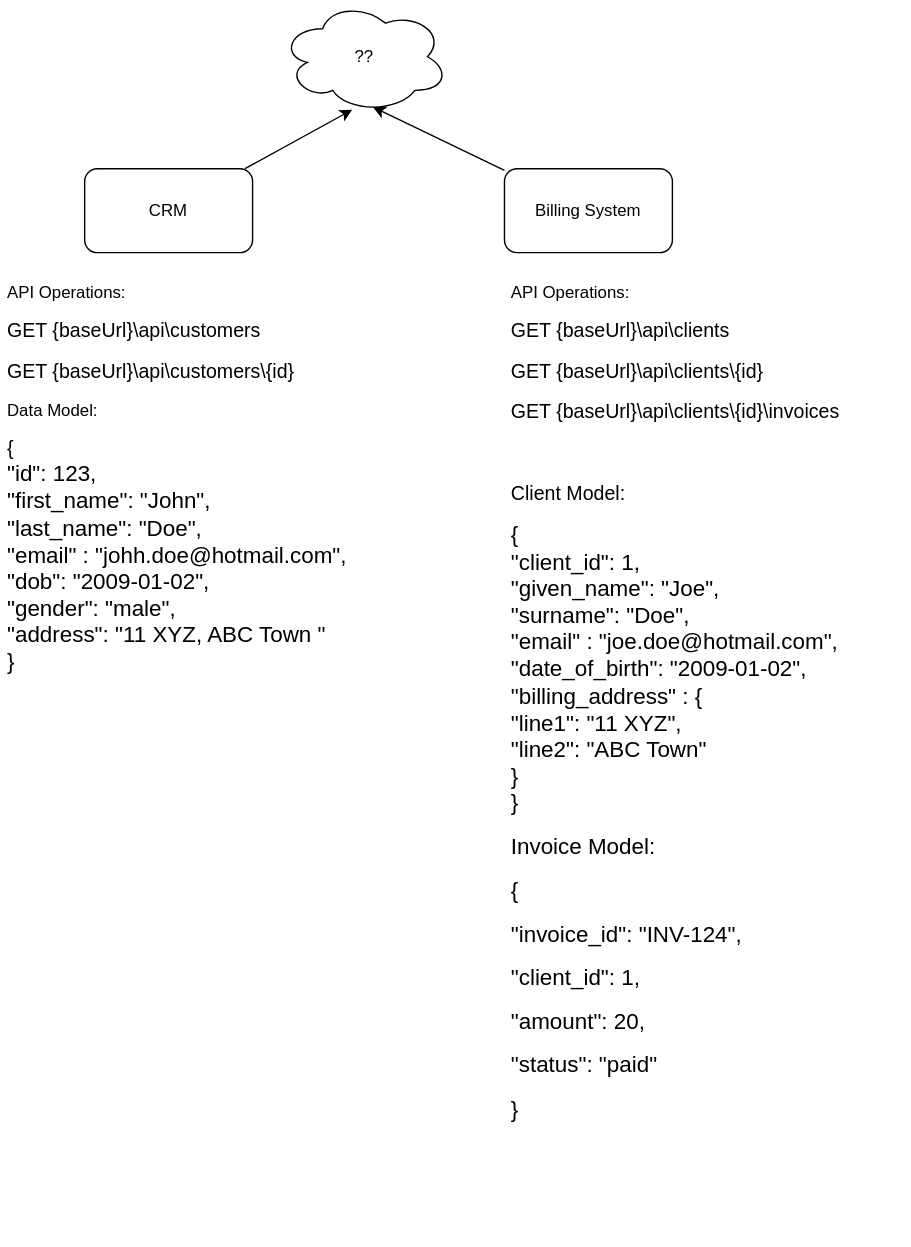
This is _drafts/unified-api.drawio.svg from charleshancoder/charleshancoder.github.io, a draw.io export, as it was before one commit. Source tidied: cells renumbered, new cells last; positions are measured from the earlier drawing's top-left corner, leaving out a move shared by most shapes. Source of this version:
```xml
<mxGraphModel>
  <root>
    <mxCell id="0" />
    <mxCell id="1" parent="0" />
    <mxCell id="2" style="edgeStyle=none;html=1;entryX=0.55;entryY=0.95;entryDx=0;entryDy=0;entryPerimeter=0;" parent="1" edge="1" source="3" target="6">
      <mxGeometry relative="1" as="geometry" />
    </mxCell>
    <mxCell id="3" value="Billing System" style="rounded=1;whiteSpace=wrap;html=1;" parent="1" vertex="1">
      <mxGeometry x="360" y="120" width="120" height="60" as="geometry" />
    </mxCell>
    <mxCell id="4" style="edgeStyle=none;html=1;entryX=0.427;entryY=0.973;entryDx=0;entryDy=0;entryPerimeter=0;" parent="1" edge="1" source="5" target="6">
      <mxGeometry relative="1" as="geometry" />
    </mxCell>
    <mxCell id="5" value="CRM" style="rounded=1;whiteSpace=wrap;html=1;" parent="1" vertex="1">
      <mxGeometry x="60" y="120" width="120" height="60" as="geometry" />
    </mxCell>
    <mxCell id="6" value="??" style="ellipse;shape=cloud;whiteSpace=wrap;html=1;" parent="1" vertex="1">
      <mxGeometry x="200" width="120" height="80" as="geometry" />
    </mxCell>
    <mxCell id="7" value="&lt;p&gt;API Operations:&lt;/p&gt;&lt;p&gt;&lt;font style=&quot;font-size: 14px;&quot;&gt;GET {baseUrl}\api\customers&lt;/font&gt;&lt;/p&gt;&lt;p&gt;&lt;font style=&quot;font-size: 14px;&quot;&gt;GET {baseUrl}\api\customers\{id}&lt;/font&gt;&lt;/p&gt;&lt;p&gt;Data Model:&lt;/p&gt;&lt;div&gt;&lt;font style=&quot;font-size: 14px;&quot;&gt;{&lt;/font&gt;&lt;/div&gt;&lt;div&gt;&lt;font size=&quot;3&quot;&gt;&amp;nbsp; &amp;nbsp;&quot;id&quot;: 123,&lt;/font&gt;&lt;/div&gt;&lt;div&gt;&lt;font size=&quot;3&quot;&gt;&amp;nbsp; &amp;nbsp;&quot;first_name&quot;: &quot;John&quot;,&lt;/font&gt;&lt;/div&gt;&lt;div&gt;&lt;font size=&quot;3&quot;&gt;&amp;nbsp; &amp;nbsp;&quot;last_name&quot;: &quot;Doe&quot;,&lt;/font&gt;&lt;/div&gt;&lt;div&gt;&lt;font size=&quot;3&quot;&gt;&amp;nbsp; &amp;nbsp;&quot;email&quot; : &quot;johh.doe@hotmail.com&quot;,&lt;/font&gt;&lt;/div&gt;&lt;div&gt;&lt;font size=&quot;3&quot;&gt;&amp;nbsp; &amp;nbsp;&quot;dob&quot;: &quot;2009-01-02&quot;,&lt;/font&gt;&lt;/div&gt;&lt;div&gt;&lt;font size=&quot;3&quot;&gt;&amp;nbsp; &amp;nbsp;&quot;gender&quot;: &quot;male&quot;,&lt;/font&gt;&lt;/div&gt;&lt;div&gt;&lt;font size=&quot;3&quot;&gt;&amp;nbsp; &amp;nbsp;&quot;address&quot;: &quot;11 XYZ, ABC Town &quot;&lt;/font&gt;&lt;/div&gt;&lt;div&gt;&lt;font size=&quot;3&quot;&gt;}&lt;/font&gt;&lt;/div&gt;&lt;p&gt;&lt;br&gt;&lt;/p&gt;" style="text;html=1;strokeColor=none;fillColor=none;spacing=5;spacingTop=-20;whiteSpace=wrap;overflow=hidden;rounded=0;" parent="1" vertex="1">
      <mxGeometry y="200" width="270" height="300" as="geometry" />
    </mxCell>
    <mxCell id="8" value="&lt;p&gt;API Operations:&lt;/p&gt;&lt;p&gt;&lt;font style=&quot;font-size: 14px;&quot;&gt;GET {baseUrl}\api\clients&lt;/font&gt;&lt;/p&gt;&lt;p&gt;&lt;font style=&quot;font-size: 14px;&quot;&gt;GET {baseUrl}\api\clients\{id}&lt;/font&gt;&lt;/p&gt;&lt;p&gt;&lt;font style=&quot;font-size: 14px;&quot;&gt;GET {baseUrl}\api\clients\{id}\invoices&lt;/font&gt;&lt;/p&gt;&lt;p&gt;&lt;font style=&quot;font-size: 14px;&quot;&gt;&lt;br&gt;&lt;/font&gt;&lt;/p&gt;&lt;p&gt;&lt;font style=&quot;font-size: 14px;&quot;&gt;Client Model:&lt;/font&gt;&lt;/p&gt;&lt;p&gt;&lt;font size=&quot;3&quot;&gt;{&lt;/font&gt;&lt;br&gt;&lt;font size=&quot;3&quot;&gt;&amp;nbsp; &amp;nbsp;&quot;client_id&quot;: 1,&lt;/font&gt;&lt;br&gt;&lt;font size=&quot;3&quot;&gt;&amp;nbsp; &amp;nbsp;&quot;given_name&quot;: &quot;Joe&quot;,&lt;/font&gt;&lt;br&gt;&lt;font size=&quot;3&quot;&gt;&amp;nbsp; &amp;nbsp;&quot;surname&quot;: &quot;Doe&quot;,&lt;/font&gt;&lt;br&gt;&lt;font size=&quot;3&quot;&gt;&amp;nbsp; &amp;nbsp;&quot;email&quot; : &quot;joe.doe@hotmail.com&quot;,&lt;/font&gt;&lt;br&gt;&lt;font size=&quot;3&quot;&gt;&amp;nbsp; &amp;nbsp;&quot;date_of_birth&quot;: &quot;2009-01-02&quot;,&lt;/font&gt;&lt;br&gt;&lt;font size=&quot;3&quot;&gt;&amp;nbsp; &amp;nbsp;&quot;billing_address&quot; : {&lt;/font&gt;&lt;br&gt;&lt;font size=&quot;3&quot;&gt;&amp;nbsp; &amp;nbsp; &amp;nbsp; &amp;nbsp; &quot;line1&quot;: &quot;11 XYZ&quot;,&lt;/font&gt;&lt;br&gt;&lt;font size=&quot;3&quot;&gt;&amp;nbsp; &amp;nbsp; &amp;nbsp; &amp;nbsp; &quot;line2&quot;: &quot;ABC Town&quot;&lt;/font&gt;&lt;br&gt;&lt;font size=&quot;3&quot;&gt;&amp;nbsp; &amp;nbsp; }&lt;/font&gt;&lt;br&gt;&lt;font size=&quot;3&quot;&gt;}&lt;/font&gt;&lt;/p&gt;&lt;p&gt;&lt;font size=&quot;3&quot;&gt;Invoice Model:&lt;/font&gt;&lt;/p&gt;&lt;p&gt;&lt;font size=&quot;3&quot;&gt;{&lt;/font&gt;&lt;/p&gt;&lt;p&gt;&lt;font size=&quot;3&quot;&gt;&amp;nbsp; &quot;invoice_id&quot;: &quot;INV-124&quot;,&lt;/font&gt;&lt;/p&gt;&lt;p&gt;&lt;font size=&quot;3&quot;&gt;&amp;nbsp; &quot;client_id&quot;: 1,&lt;/font&gt;&lt;/p&gt;&lt;p&gt;&lt;font size=&quot;3&quot;&gt;&amp;nbsp; &quot;amount&quot;: 20,&lt;/font&gt;&lt;/p&gt;&lt;p&gt;&lt;font size=&quot;3&quot;&gt;&amp;nbsp; &quot;status&quot;: &quot;paid&quot;&lt;/font&gt;&lt;/p&gt;&lt;p&gt;&lt;font size=&quot;3&quot;&gt;}&lt;/font&gt;&lt;font size=&quot;3&quot;&gt;&lt;br&gt;&lt;/font&gt;&lt;/p&gt;" style="text;html=1;strokeColor=none;fillColor=none;spacing=5;spacingTop=-20;whiteSpace=wrap;overflow=hidden;rounded=0;" parent="1" vertex="1">
      <mxGeometry x="360" y="200" width="290" height="690" as="geometry" />
    </mxCell>
  </root>
</mxGraphModel>
```
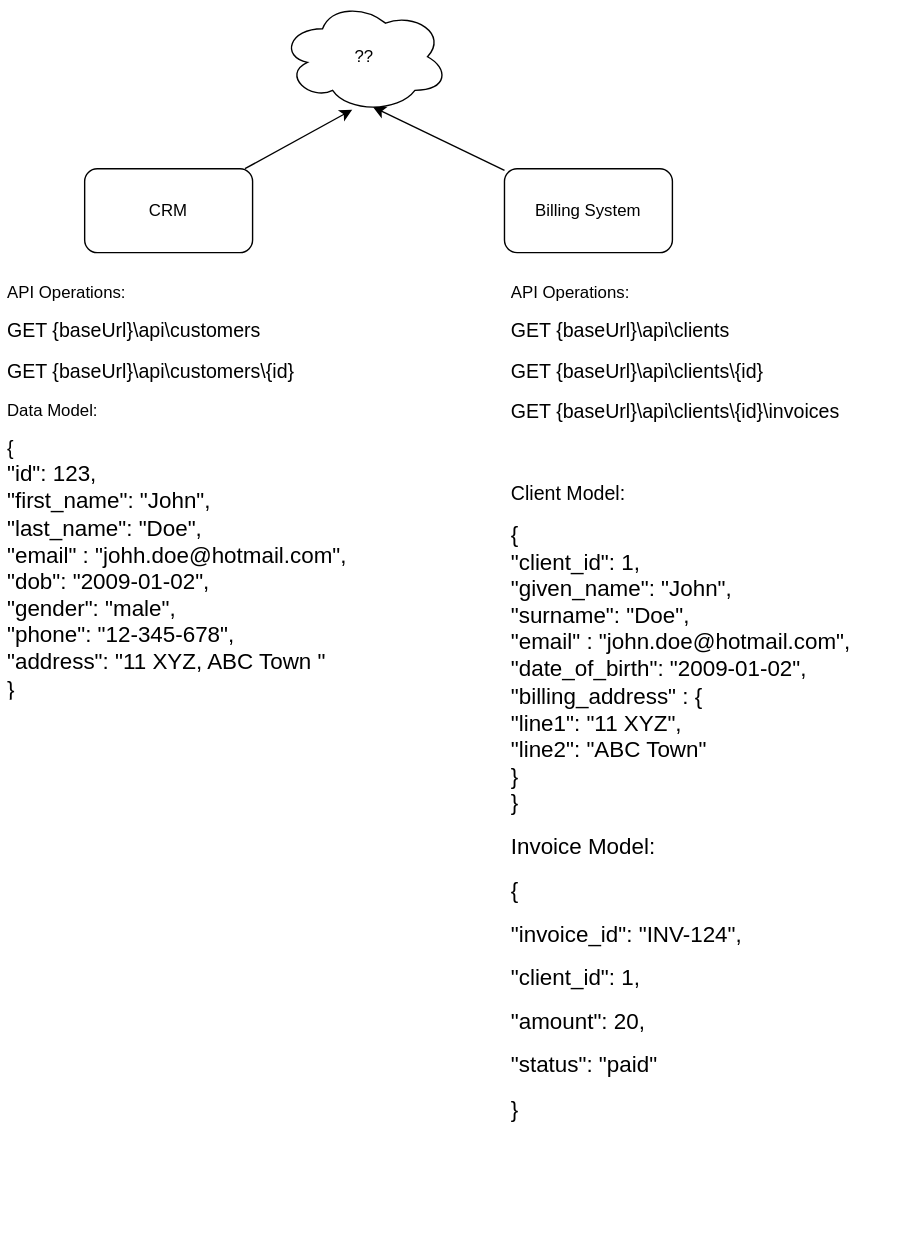
The same file after the commit.

Commit message:
Update unified API diagram and modify sample data for consistency

What changed in the source:
```diff
@@ -17,10 +17,10 @@
     <mxCell id="6" value="??" style="ellipse;shape=cloud;whiteSpace=wrap;html=1;" parent="1" vertex="1">
       <mxGeometry x="200" width="120" height="80" as="geometry" />
     </mxCell>
-    <mxCell id="7" value="&lt;p&gt;API Operations:&lt;/p&gt;&lt;p&gt;&lt;font style=&quot;font-size: 14px;&quot;&gt;GET {baseUrl}\api\customers&lt;/font&gt;&lt;/p&gt;&lt;p&gt;&lt;font style=&quot;font-size: 14px;&quot;&gt;GET {baseUrl}\api\customers\{id}&lt;/font&gt;&lt;/p&gt;&lt;p&gt;Data Model:&lt;/p&gt;&lt;div&gt;&lt;font style=&quot;font-size: 14px;&quot;&gt;{&lt;/font&gt;&lt;/div&gt;&lt;div&gt;&lt;font size=&quot;3&quot;&gt;&amp;nbsp; &amp;nbsp;&quot;id&quot;: 123,&lt;/font&gt;&lt;/div&gt;&lt;div&gt;&lt;font size=&quot;3&quot;&gt;&amp;nbsp; &amp;nbsp;&quot;first_name&quot;: &quot;John&quot;,&lt;/font&gt;&lt;/div&gt;&lt;div&gt;&lt;font size=&quot;3&quot;&gt;&amp;nbsp; &amp;nbsp;&quot;last_name&quot;: &quot;Doe&quot;,&lt;/font&gt;&lt;/div&gt;&lt;div&gt;&lt;font size=&quot;3&quot;&gt;&amp;nbsp; &amp;nbsp;&quot;email&quot; : &quot;johh.doe@hotmail.com&quot;,&lt;/font&gt;&lt;/div&gt;&lt;div&gt;&lt;font size=&quot;3&quot;&gt;&amp;nbsp; &amp;nbsp;&quot;dob&quot;: &quot;2009-01-02&quot;,&lt;/font&gt;&lt;/div&gt;&lt;div&gt;&lt;font size=&quot;3&quot;&gt;&amp;nbsp; &amp;nbsp;&quot;gender&quot;: &quot;male&quot;,&lt;/font&gt;&lt;/div&gt;&lt;div&gt;&lt;font size=&quot;3&quot;&gt;&amp;nbsp; &amp;nbsp;&quot;address&quot;: &quot;11 XYZ, ABC Town &quot;&lt;/font&gt;&lt;/div&gt;&lt;div&gt;&lt;font size=&quot;3&quot;&gt;}&lt;/font&gt;&lt;/div&gt;&lt;p&gt;&lt;br&gt;&lt;/p&gt;" style="text;html=1;strokeColor=none;fillColor=none;spacing=5;spacingTop=-20;whiteSpace=wrap;overflow=hidden;rounded=0;" parent="1" vertex="1">
+    <mxCell id="7" value="&lt;p&gt;API Operations:&lt;/p&gt;&lt;p&gt;&lt;font style=&quot;font-size: 14px;&quot;&gt;GET {baseUrl}\api\customers&lt;/font&gt;&lt;/p&gt;&lt;p&gt;&lt;font style=&quot;font-size: 14px;&quot;&gt;GET {baseUrl}\api\customers\{id}&lt;/font&gt;&lt;/p&gt;&lt;p&gt;Data Model:&lt;/p&gt;&lt;div&gt;&lt;font style=&quot;font-size: 14px;&quot;&gt;{&lt;/font&gt;&lt;/div&gt;&lt;div&gt;&lt;font size=&quot;3&quot;&gt;&amp;nbsp; &amp;nbsp;&quot;id&quot;: 123,&lt;/font&gt;&lt;/div&gt;&lt;div&gt;&lt;font size=&quot;3&quot;&gt;&amp;nbsp; &amp;nbsp;&quot;first_name&quot;: &quot;John&quot;,&lt;/font&gt;&lt;/div&gt;&lt;div&gt;&lt;font size=&quot;3&quot;&gt;&amp;nbsp; &amp;nbsp;&quot;last_name&quot;: &quot;Doe&quot;,&lt;/font&gt;&lt;/div&gt;&lt;div&gt;&lt;font size=&quot;3&quot;&gt;&amp;nbsp; &amp;nbsp;&quot;email&quot; : &quot;johh.doe@hotmail.com&quot;,&lt;/font&gt;&lt;/div&gt;&lt;div&gt;&lt;font size=&quot;3&quot;&gt;&amp;nbsp; &amp;nbsp;&quot;dob&quot;: &quot;2009-01-02&quot;,&lt;/font&gt;&lt;/div&gt;&lt;div&gt;&lt;font size=&quot;3&quot;&gt;&amp;nbsp; &amp;nbsp;&quot;gender&quot;: &quot;male&quot;,&lt;/font&gt;&lt;/div&gt;&lt;div&gt;&lt;font size=&quot;3&quot;&gt;&amp;nbsp; &amp;nbsp;&quot;phone&quot;: &quot;12-345-678&quot;,&lt;/font&gt;&lt;/div&gt;&lt;div&gt;&lt;font size=&quot;3&quot;&gt;&amp;nbsp; &amp;nbsp;&quot;address&quot;: &quot;11 XYZ, ABC Town &quot;&lt;/font&gt;&lt;/div&gt;&lt;div&gt;&lt;font size=&quot;3&quot;&gt;}&lt;/font&gt;&lt;/div&gt;&lt;p&gt;&lt;br&gt;&lt;/p&gt;" style="text;html=1;strokeColor=none;fillColor=none;spacing=5;spacingTop=-20;whiteSpace=wrap;overflow=hidden;rounded=0;" parent="1" vertex="1">
       <mxGeometry y="200" width="270" height="300" as="geometry" />
     </mxCell>
-    <mxCell id="8" value="&lt;p&gt;API Operations:&lt;/p&gt;&lt;p&gt;&lt;font style=&quot;font-size: 14px;&quot;&gt;GET {baseUrl}\api\clients&lt;/font&gt;&lt;/p&gt;&lt;p&gt;&lt;font style=&quot;font-size: 14px;&quot;&gt;GET {baseUrl}\api\clients\{id}&lt;/font&gt;&lt;/p&gt;&lt;p&gt;&lt;font style=&quot;font-size: 14px;&quot;&gt;GET {baseUrl}\api\clients\{id}\invoices&lt;/font&gt;&lt;/p&gt;&lt;p&gt;&lt;font style=&quot;font-size: 14px;&quot;&gt;&lt;br&gt;&lt;/font&gt;&lt;/p&gt;&lt;p&gt;&lt;font style=&quot;font-size: 14px;&quot;&gt;Client Model:&lt;/font&gt;&lt;/p&gt;&lt;p&gt;&lt;font size=&quot;3&quot;&gt;{&lt;/font&gt;&lt;br&gt;&lt;font size=&quot;3&quot;&gt;&amp;nbsp; &amp;nbsp;&quot;client_id&quot;: 1,&lt;/font&gt;&lt;br&gt;&lt;font size=&quot;3&quot;&gt;&amp;nbsp; &amp;nbsp;&quot;given_name&quot;: &quot;Joe&quot;,&lt;/font&gt;&lt;br&gt;&lt;font size=&quot;3&quot;&gt;&amp;nbsp; &amp;nbsp;&quot;surname&quot;: &quot;Doe&quot;,&lt;/font&gt;&lt;br&gt;&lt;font size=&quot;3&quot;&gt;&amp;nbsp; &amp;nbsp;&quot;email&quot; : &quot;joe.doe@hotmail.com&quot;,&lt;/font&gt;&lt;br&gt;&lt;font size=&quot;3&quot;&gt;&amp;nbsp; &amp;nbsp;&quot;date_of_birth&quot;: &quot;2009-01-02&quot;,&lt;/font&gt;&lt;br&gt;&lt;font size=&quot;3&quot;&gt;&amp;nbsp; &amp;nbsp;&quot;billing_address&quot; : {&lt;/font&gt;&lt;br&gt;&lt;font size=&quot;3&quot;&gt;&amp;nbsp; &amp;nbsp; &amp;nbsp; &amp;nbsp; &quot;line1&quot;: &quot;11 XYZ&quot;,&lt;/font&gt;&lt;br&gt;&lt;font size=&quot;3&quot;&gt;&amp;nbsp; &amp;nbsp; &amp;nbsp; &amp;nbsp; &quot;line2&quot;: &quot;ABC Town&quot;&lt;/font&gt;&lt;br&gt;&lt;font size=&quot;3&quot;&gt;&amp;nbsp; &amp;nbsp; }&lt;/font&gt;&lt;br&gt;&lt;font size=&quot;3&quot;&gt;}&lt;/font&gt;&lt;/p&gt;&lt;p&gt;&lt;font size=&quot;3&quot;&gt;Invoice Model:&lt;/font&gt;&lt;/p&gt;&lt;p&gt;&lt;font size=&quot;3&quot;&gt;{&lt;/font&gt;&lt;/p&gt;&lt;p&gt;&lt;font size=&quot;3&quot;&gt;&amp;nbsp; &quot;invoice_id&quot;: &quot;INV-124&quot;,&lt;/font&gt;&lt;/p&gt;&lt;p&gt;&lt;font size=&quot;3&quot;&gt;&amp;nbsp; &quot;client_id&quot;: 1,&lt;/font&gt;&lt;/p&gt;&lt;p&gt;&lt;font size=&quot;3&quot;&gt;&amp;nbsp; &quot;amount&quot;: 20,&lt;/font&gt;&lt;/p&gt;&lt;p&gt;&lt;font size=&quot;3&quot;&gt;&amp;nbsp; &quot;status&quot;: &quot;paid&quot;&lt;/font&gt;&lt;/p&gt;&lt;p&gt;&lt;font size=&quot;3&quot;&gt;}&lt;/font&gt;&lt;font size=&quot;3&quot;&gt;&lt;br&gt;&lt;/font&gt;&lt;/p&gt;" style="text;html=1;strokeColor=none;fillColor=none;spacing=5;spacingTop=-20;whiteSpace=wrap;overflow=hidden;rounded=0;" parent="1" vertex="1">
+    <mxCell id="8" value="&lt;p&gt;API Operations:&lt;/p&gt;&lt;p&gt;&lt;font style=&quot;font-size: 14px;&quot;&gt;GET {baseUrl}\api\clients&lt;/font&gt;&lt;/p&gt;&lt;p&gt;&lt;font style=&quot;font-size: 14px;&quot;&gt;GET {baseUrl}\api\clients\{id}&lt;/font&gt;&lt;/p&gt;&lt;p&gt;&lt;font style=&quot;font-size: 14px;&quot;&gt;GET {baseUrl}\api\clients\{id}\invoices&lt;/font&gt;&lt;/p&gt;&lt;p&gt;&lt;font style=&quot;font-size: 14px;&quot;&gt;&lt;br&gt;&lt;/font&gt;&lt;/p&gt;&lt;p&gt;&lt;font style=&quot;font-size: 14px;&quot;&gt;Client Model:&lt;/font&gt;&lt;/p&gt;&lt;p&gt;&lt;font size=&quot;3&quot;&gt;{&lt;/font&gt;&lt;br&gt;&lt;font size=&quot;3&quot;&gt;&amp;nbsp; &amp;nbsp;&quot;client_id&quot;: 1,&lt;/font&gt;&lt;br&gt;&lt;font size=&quot;3&quot;&gt;&amp;nbsp; &amp;nbsp;&quot;given_name&quot;: &quot;John&quot;,&lt;/font&gt;&lt;br&gt;&lt;font size=&quot;3&quot;&gt;&amp;nbsp; &amp;nbsp;&quot;surname&quot;: &quot;Doe&quot;,&lt;/font&gt;&lt;br&gt;&lt;font size=&quot;3&quot;&gt;&amp;nbsp; &amp;nbsp;&quot;email&quot; : &quot;john.doe@hotmail.com&quot;,&lt;/font&gt;&lt;br&gt;&lt;font size=&quot;3&quot;&gt;&amp;nbsp; &amp;nbsp;&quot;date_of_birth&quot;: &quot;2009-01-02&quot;,&lt;/font&gt;&lt;br&gt;&lt;font size=&quot;3&quot;&gt;&amp;nbsp; &amp;nbsp;&quot;billing_address&quot; : {&lt;/font&gt;&lt;br&gt;&lt;font size=&quot;3&quot;&gt;&amp;nbsp; &amp;nbsp; &amp;nbsp; &amp;nbsp; &quot;line1&quot;: &quot;11 XYZ&quot;,&lt;/font&gt;&lt;br&gt;&lt;font size=&quot;3&quot;&gt;&amp;nbsp; &amp;nbsp; &amp;nbsp; &amp;nbsp; &quot;line2&quot;: &quot;ABC Town&quot;&lt;/font&gt;&lt;br&gt;&lt;font size=&quot;3&quot;&gt;&amp;nbsp; &amp;nbsp; }&lt;/font&gt;&lt;br&gt;&lt;font size=&quot;3&quot;&gt;}&lt;/font&gt;&lt;/p&gt;&lt;p&gt;&lt;font size=&quot;3&quot;&gt;Invoice Model:&lt;/font&gt;&lt;/p&gt;&lt;p&gt;&lt;font size=&quot;3&quot;&gt;{&lt;/font&gt;&lt;/p&gt;&lt;p&gt;&lt;font size=&quot;3&quot;&gt;&amp;nbsp; &quot;invoice_id&quot;: &quot;INV-124&quot;,&lt;/font&gt;&lt;/p&gt;&lt;p&gt;&lt;font size=&quot;3&quot;&gt;&amp;nbsp; &quot;client_id&quot;: 1,&lt;/font&gt;&lt;/p&gt;&lt;p&gt;&lt;font size=&quot;3&quot;&gt;&amp;nbsp; &quot;amount&quot;: 20,&lt;/font&gt;&lt;/p&gt;&lt;p&gt;&lt;span style=&quot;font-size: medium; background-color: initial;&quot;&gt;&amp;nbsp; &quot;status&quot;: &quot;paid&quot;&lt;/span&gt;&lt;/p&gt;&lt;p&gt;&lt;font size=&quot;3&quot;&gt;}&lt;/font&gt;&lt;font size=&quot;3&quot;&gt;&lt;br&gt;&lt;/font&gt;&lt;/p&gt;" style="text;html=1;strokeColor=none;fillColor=none;spacing=5;spacingTop=-20;whiteSpace=wrap;overflow=hidden;rounded=0;" parent="1" vertex="1">
       <mxGeometry x="360" y="200" width="290" height="690" as="geometry" />
     </mxCell>
   </root>
```
